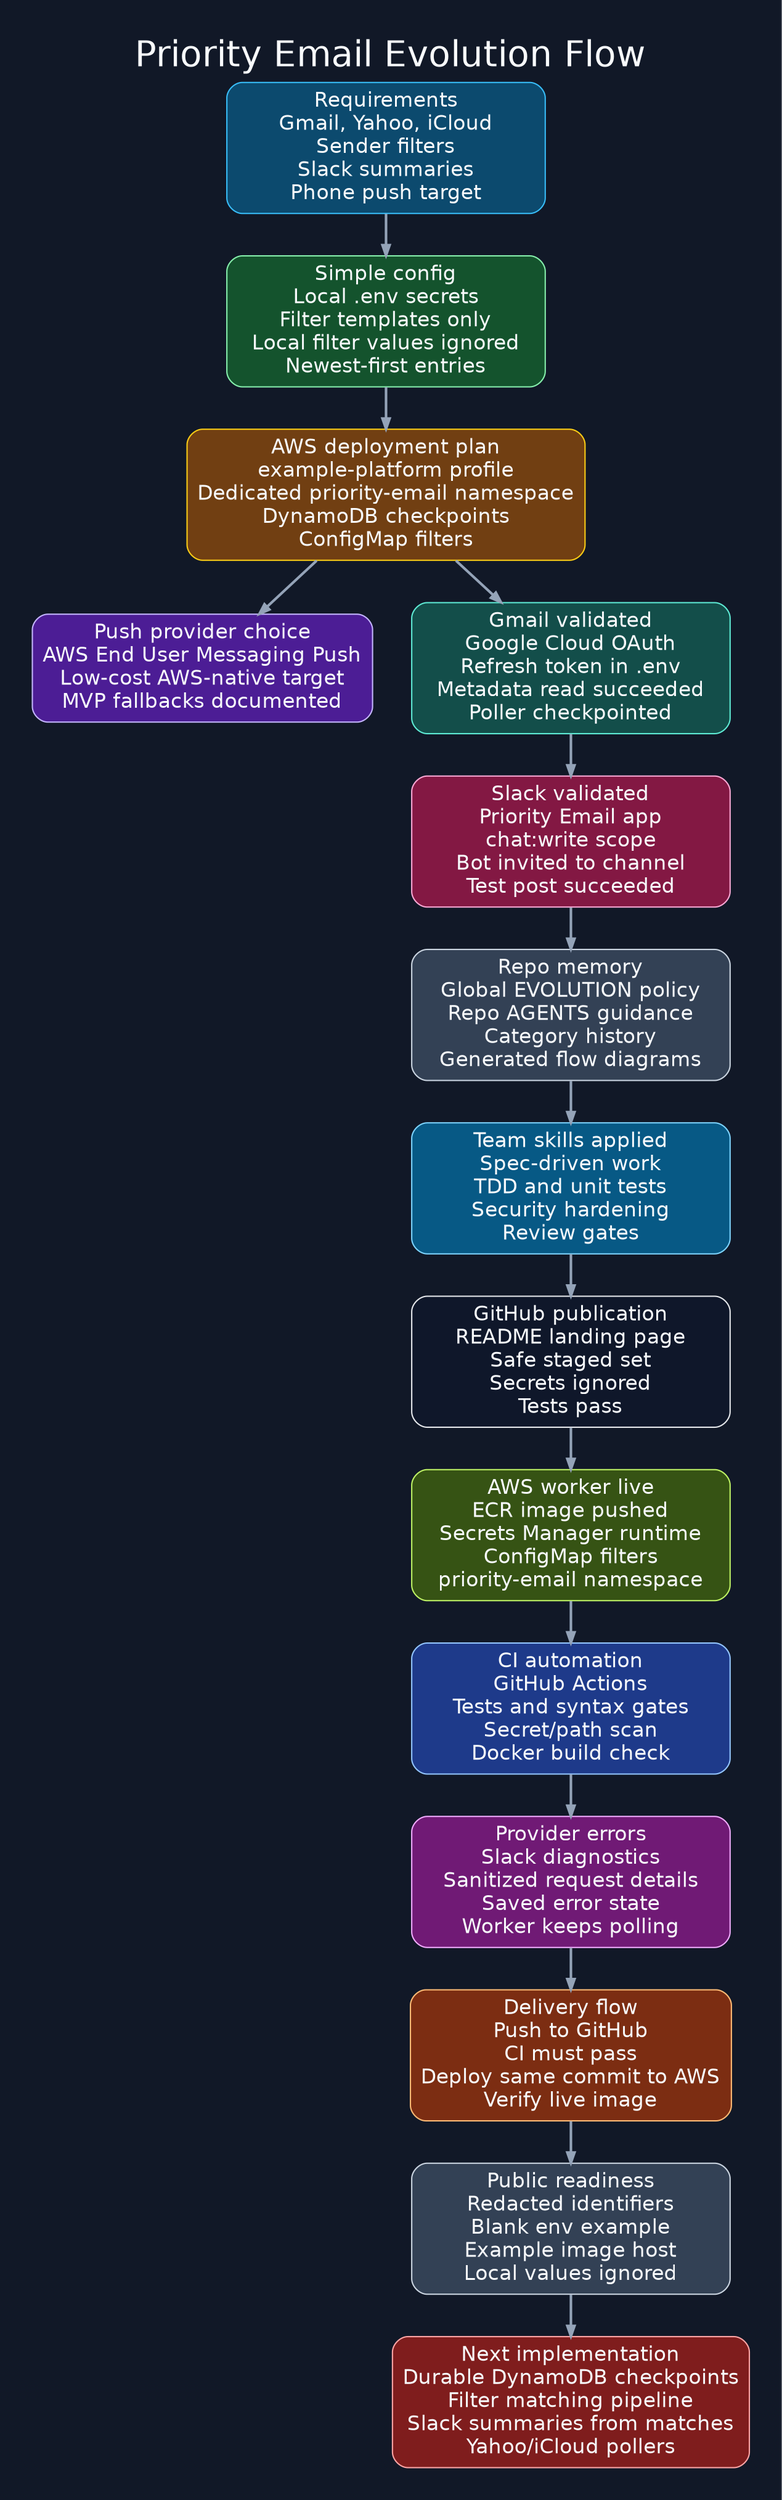
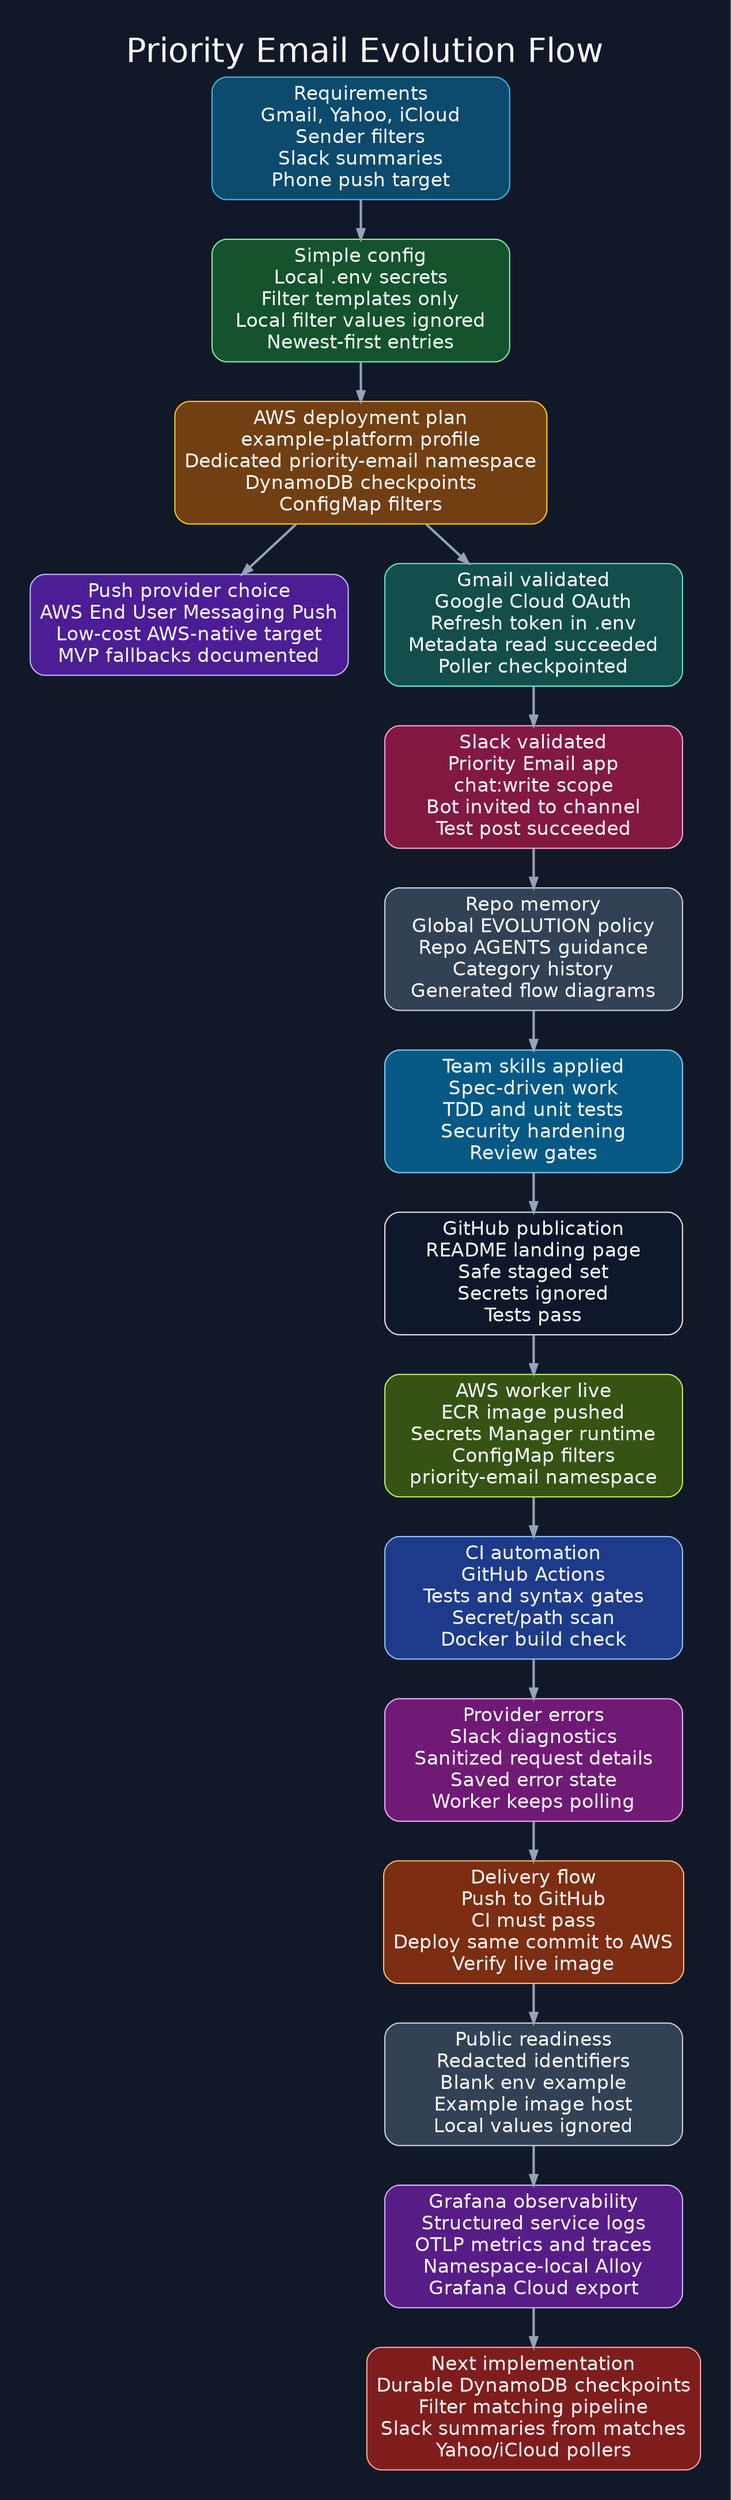
digraph priority_email_evolution_flow_dark {
  graph [
    rankdir=TB,
    bgcolor="#111827",
    pad="0.35",
    nodesep="0.42",
    ranksep="0.46",
    fontname="Helvetica",
    fontsize=28,
    fontcolor="#f8fafc",
    labelloc="t",
    label="Priority Email Evolution Flow"
  ];

  node [
    shape=box,
    style="rounded,filled",
    fontname="Helvetica",
    fontsize=16,
    margin="0.11,0.08",
    width=3.45,
    color="#cbd5e1",
    fontcolor="#f8fafc"
  ];

  edge [
    color="#94a3b8",
    arrowsize=0.8,
    penwidth=2,
    fontname="Helvetica",
    fontsize=12,
    fontcolor="#e5e7eb"
  ];

  requirements [
    label="Requirements\nGmail, Yahoo, iCloud\nSender filters\nSlack summaries\nPhone push target",
    fillcolor="#0c4a6e",
    color="#38bdf8"
  ];

  config [
    label="Simple config\nLocal .env secrets\nFilter templates only\nLocal filter values ignored\nNewest-first entries",
    fillcolor="#14532d",
    color="#86efac"
  ];

  deployment [
    label="AWS deployment plan\nexample-platform profile\nDedicated priority-email namespace\nDynamoDB checkpoints\nConfigMap filters",
    fillcolor="#713f12",
    color="#facc15"
  ];

  push [
    label="Push provider choice\nAWS End User Messaging Push\nLow-cost AWS-native target\nMVP fallbacks documented",
    fillcolor="#4c1d95",
    color="#c4b5fd"
  ];

  gmail [
    label="Gmail validated\nGoogle Cloud OAuth\nRefresh token in .env\nMetadata read succeeded\nPoller checkpointed",
    fillcolor="#134e4a",
    color="#5eead4"
  ];

  slack [
    label="Slack validated\nPriority Email app\nchat:write scope\nBot invited to channel\nTest post succeeded",
    fillcolor="#831843",
    color="#f9a8d4"
  ];

  policy [
    label="Repo memory\nGlobal EVOLUTION policy\nRepo AGENTS guidance\nCategory history\nGenerated flow diagrams",
    fillcolor="#334155",
    color="#cbd5e1"
  ];

  quality [
    label="Team skills applied\nSpec-driven work\nTDD and unit tests\nSecurity hardening\nReview gates",
    fillcolor="#075985",
    color="#7dd3fc"
  ];

  github [
    label="GitHub publication\nREADME landing page\nSafe staged set\nSecrets ignored\nTests pass",
    fillcolor="#0f172a",
    color="#e5e7eb"
  ];

  aws_live [
    label="AWS worker live\nECR image pushed\nSecrets Manager runtime\nConfigMap filters\npriority-email namespace",
    fillcolor="#365314",
    color="#bef264"
  ];

  ci [
    label="CI automation\nGitHub Actions\nTests and syntax gates\nSecret/path scan\nDocker build check",
    fillcolor="#1e3a8a",
    color="#93c5fd"
  ];

  provider_errors [
    label="Provider errors\nSlack diagnostics\nSanitized request details\nSaved error state\nWorker keeps polling",
    fillcolor="#701a75",
    color="#f0abfc"
  ];

  delivery_flow [
    label="Delivery flow\nPush to GitHub\nCI must pass\nDeploy same commit to AWS\nVerify live image",
    fillcolor="#7c2d12",
    color="#fdba74"
  ];

  public_ready [
    label="Public readiness\nRedacted identifiers\nBlank env example\nExample image host\nLocal values ignored",
    fillcolor="#334155",
    color="#cbd5e1"
  ];

+   observability [
+     label="Grafana observability\nStructured service logs\nOTLP metrics and traces\nNamespace-local Alloy\nGrafana Cloud export",
+     fillcolor="#581c87",
+     color="#d8b4fe"
+   ];
+ 
  next [
    label="Next implementation\nDurable DynamoDB checkpoints\nFilter matching pipeline\nSlack summaries from matches\nYahoo/iCloud pollers",
    fillcolor="#7f1d1d",
    color="#fca5a5"
  ];

  requirements -> config;
  config -> deployment;
  deployment -> push;
  deployment -> gmail;
  gmail -> slack;
  slack -> policy;
  policy -> quality;
  quality -> github;
  github -> aws_live;
  aws_live -> ci;
  ci -> provider_errors;
  provider_errors -> delivery_flow;
  delivery_flow -> public_ready;
-   public_ready -> next;
+   public_ready -> observability;
+   observability -> next;
}
